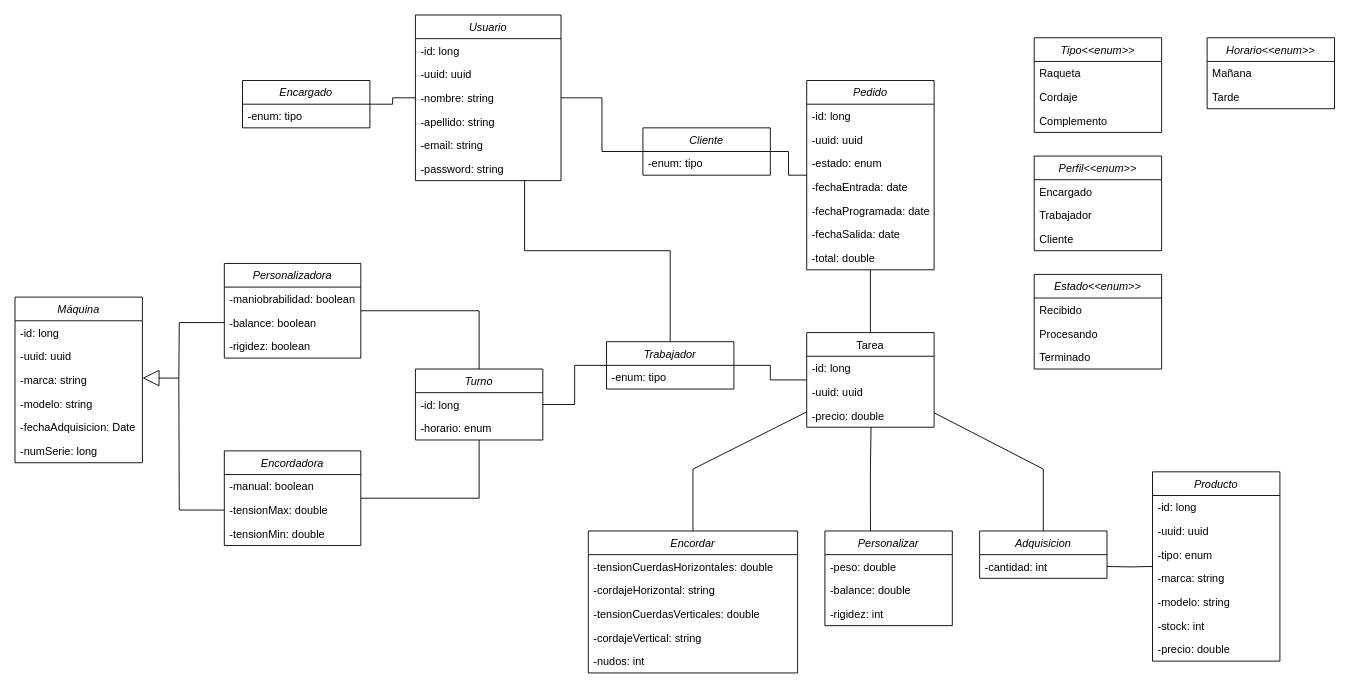
This is image/tennislab.drawio from Mario999X/tennisLab_Exposed, a draw.io file, before an edit. Source tidied: cells renumbered, new cells numbered last; positions are measured from the earlier drawing's top-left corner, leaving out a move shared by most shapes. Both pictures are drawn from the tidied source at 91%, with x=0, y=0 at pixel (15, 15).
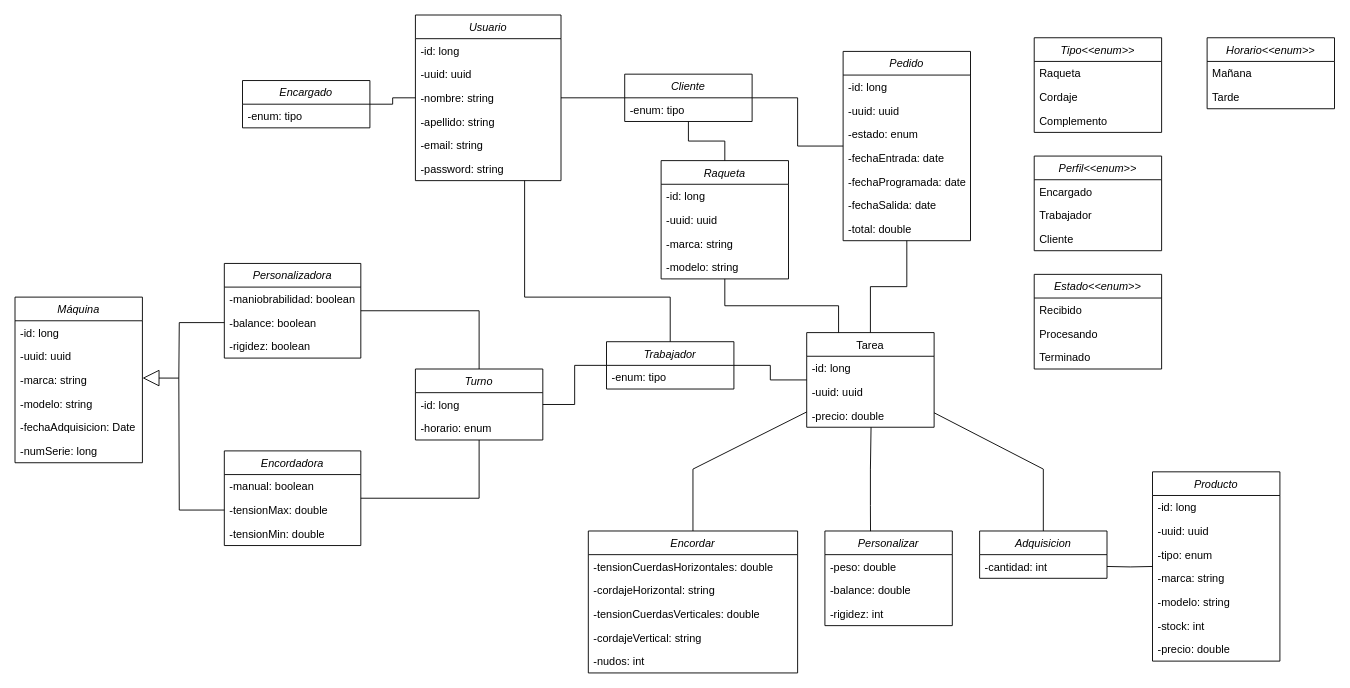
The same page after the edit.

Unchanged cells that the change refers to:
```xml
<mxCell id="2" value="Usuario" style="swimlane;fontStyle=2;align=center;verticalAlign=top;horizontal=1;startSize=26;rounded=0;shadow=0;strokeWidth=1;" parent="1" vertex="1">
  <mxGeometry x="440" width="160" height="182" as="geometry" />
</mxCell>
<mxCell id="31" value="Tarea" style="swimlane;fontStyle=0;horizontal=1;startSize=26;fillColor=none;" parent="1" vertex="1">
  <mxGeometry x="870" y="349" width="140" height="104" as="geometry" />
</mxCell>
<mxCell id="89" value="Trabajador" style="swimlane;fontStyle=2;horizontal=1;startSize=26;fillColor=none;" parent="1" vertex="1">
  <mxGeometry x="650" y="359" width="140" height="52" as="geometry" />
</mxCell>
```

Diff of the diagram source:
```diff
@@
+    <mxCell id="97" style="edgeStyle=orthogonalEdgeStyle;rounded=0;jettySize=auto;html=1;exitX=0.25;exitY=0;exitDx=0;exitDy=0;endArrow=none;endFill=0;" parent="1" edge="1" source="31" target="99">
+      <mxGeometry relative="1" as="geometry" />
+    </mxCell>
@@
     <mxCell id="35" value="Pedido" style="swimlane;fontStyle=2;horizontal=1;startSize=26;fillColor=none;" parent="1" vertex="1">
-      <mxGeometry x="870" y="72" width="140" height="208" as="geometry" />
+      <mxGeometry x="910" y="40" width="140" height="208" as="geometry" />
     </mxCell>
@@
     <mxCell id="85" value="Cliente" style="swimlane;fontStyle=2;horizontal=1;startSize=26;fillColor=none;" parent="1" vertex="1">
-      <mxGeometry x="690" y="124" width="140" height="52" as="geometry" />
+      <mxGeometry x="670" y="65" width="140" height="52" as="geometry" />
     </mxCell>
@@
     <mxCell id="88" style="edgeStyle=orthogonalEdgeStyle;rounded=0;jettySize=auto;html=1;endArrow=none;endFill=0;" parent="1" edge="1" source="89" target="2">
       <mxGeometry relative="1" as="geometry">
         <Array as="points">
-          <mxPoint x="720" y="259" />
-          <mxPoint x="560" y="259" />
+          <mxPoint x="720" y="310" />
+          <mxPoint x="560" y="310" />
         </Array>
       </mxGeometry>
     </mxCell>
@@
+    <mxCell id="98" style="edgeStyle=orthogonalEdgeStyle;rounded=0;jettySize=auto;html=1;exitX=0.5;exitY=0;exitDx=0;exitDy=0;endArrow=none;endFill=0;" parent="1" edge="1" source="99" target="85">
+      <mxGeometry relative="1" as="geometry" />
+    </mxCell>
+    <mxCell id="99" value="Raqueta" style="swimlane;fontStyle=2;horizontal=1;startSize=26;fillColor=none;" parent="1" vertex="1">
+      <mxGeometry x="710" y="160" width="140" height="130" as="geometry" />
+    </mxCell>
+    <mxCell id="100" value="-id: long" style="text;strokeColor=none;fillColor=none;align=left;verticalAlign=top;spacingLeft=4;spacingRight=4;overflow=hidden;" parent="99" vertex="1">
+      <mxGeometry y="26" width="140" height="26" as="geometry" />
+    </mxCell>
+    <mxCell id="101" value="-uuid: uuid" style="text;strokeColor=none;fillColor=none;align=left;verticalAlign=top;spacingLeft=4;spacingRight=4;overflow=hidden;" parent="99" vertex="1">
+      <mxGeometry y="52" width="140" height="26" as="geometry" />
+    </mxCell>
+    <mxCell id="102" value="-marca: string" style="text;strokeColor=none;fillColor=none;align=left;verticalAlign=top;spacingLeft=4;spacingRight=4;overflow=hidden;" parent="99" vertex="1">
+      <mxGeometry y="78" width="140" height="26" as="geometry" />
+    </mxCell>
+    <mxCell id="103" value="-modelo: string" style="text;strokeColor=none;fillColor=none;align=left;verticalAlign=top;spacingLeft=4;spacingRight=4;overflow=hidden;" parent="99" vertex="1">
+      <mxGeometry y="104" width="140" height="26" as="geometry" />
+    </mxCell>
```
